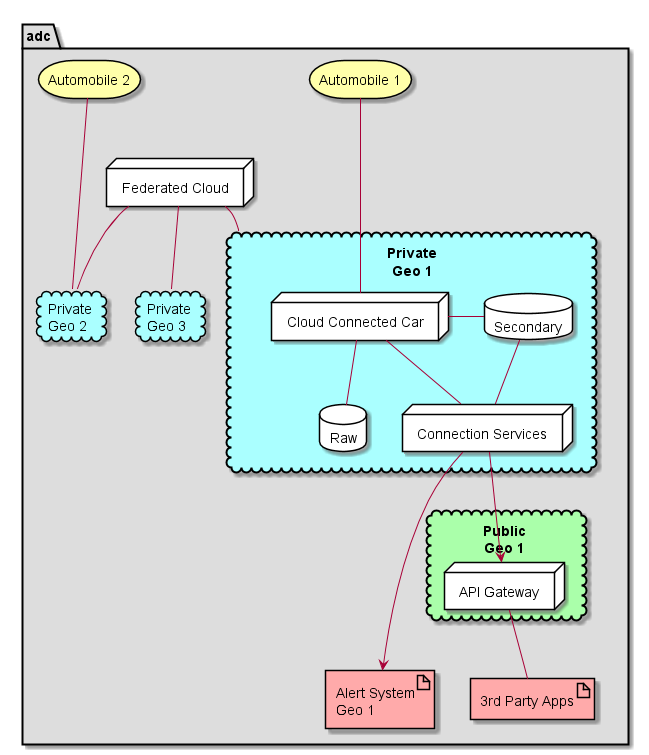
CAADE/ADC keeps this PlantUML diagram as docs/Solution/Service-Stack/Deployment.png. Above is the earlier version.
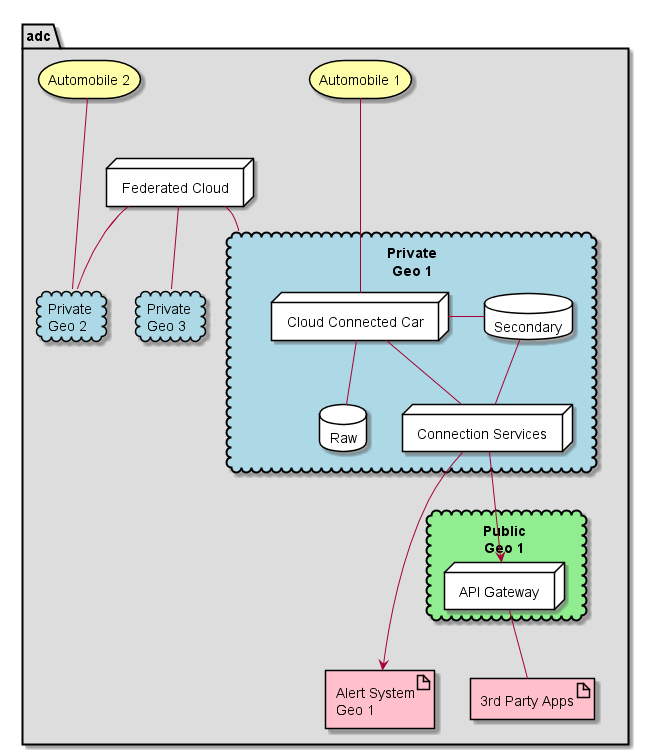
The same diagram one commit later.

Diff of the diagram source:
```diff
@@ -3,7 +3,7 @@
 package  adc #dddddd {
   storage "Automobile 1" as Car1 #ffffaa
   storage "Automobile 2" as Car2 #ffffaa
-  cloud "Private\nGeo 1" as Cloud1 #aaffff {
+  cloud "Private\nGeo 1" as Cloud1 #lightblue {
     node "Connection Services" as CS #ffffff
     node "Cloud Connected Car" as C3 #ffffff
     C3 - CS
@@ -13,17 +13,17 @@
     C3 - Secondary
     Secondary -- CS
   }
-  cloud "Private\nGeo 2" as Cloud2 #aaffff {
+  cloud "Private\nGeo 2" as Cloud2 #lightblue {
   }
-  cloud "Private\nGeo 3" as Cloud3 #aaffff {
+  cloud "Private\nGeo 3" as Cloud3 #lightblue {
   }
-  cloud "Public\nGeo 1" as PG1 #aaffaa {
+  cloud "Public\nGeo 1" as PG1 #lightgreen {
     node "API Gateway" as AG #ffffff
   }
   CS --> AG
   node "Federated Cloud" as FC #ffffff
-  artifact "Alert System\nGeo 1" as AS1 #ffaaaa
-  artifact "3rd Party Apps" as PA3 #ffaaaa
+  artifact "Alert System\nGeo 1" as AS1 #pink
+  artifact "3rd Party Apps" as PA3 #pink
 
   Car1 --- C3
   AG -- PA3
```
